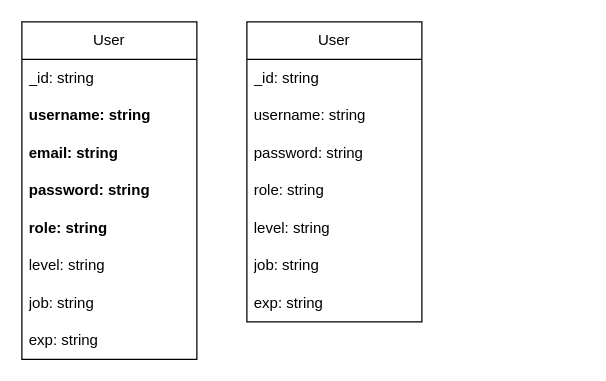
Before: page "erd" (3 of 6) of documents/diagram/diagram.drawio in thursdaycurry/nestjs-msa-eventEngine, a draw.io diagram. Source tidied: cells renumbered, new cells numbered last; positions are measured from the earlier drawing's top-left corner, leaving out a move shared by most shapes. Both pictures are drawn from the tidied source at 125%, with x=0, y=0 at pixel (21, 21).
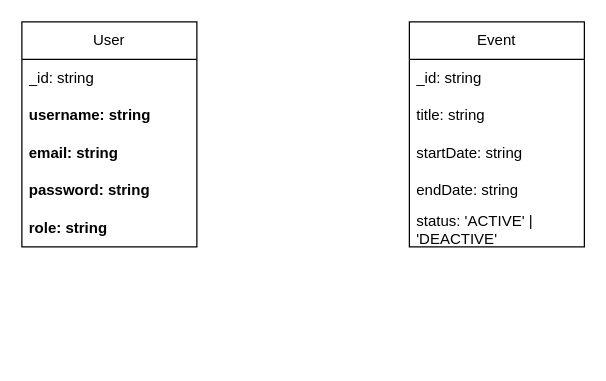
The same diagram, later.

Diff of the diagram source:
```diff
@@
 <mxGraphModel>
   <root>
     <mxCell id="0" />
     <mxCell id="1" parent="0" />
     <mxCell id="2" value="User" style="swimlane;fontStyle=0;horizontal=1;startSize=30;whiteSpace=wrap;html=1;" parent="1" vertex="1">
-      <mxGeometry width="140" height="270" as="geometry" />
+      <mxGeometry width="140" height="180" as="geometry" />
     </mxCell>
     <mxCell id="3" value="_id: string" style="text;strokeColor=none;fillColor=none;align=left;verticalAlign=middle;spacingLeft=4;spacingRight=4;overflow=hidden;whiteSpace=wrap;html=1;" parent="2" vertex="1">
       <mxGeometry y="30" width="140" height="30" as="geometry" />
     </mxCell>
     <mxCell id="4" value="username: string" style="text;strokeColor=none;fillColor=none;align=left;verticalAlign=middle;spacingLeft=4;spacingRight=4;overflow=hidden;whiteSpace=wrap;html=1;fontStyle=1;" parent="2" vertex="1">
       <mxGeometry y="60" width="140" height="30" as="geometry" />
     </mxCell>
     <mxCell id="5" value="email: string" style="text;strokeColor=none;fillColor=none;align=left;verticalAlign=middle;spacingLeft=4;spacingRight=4;overflow=hidden;whiteSpace=wrap;html=1;fontStyle=1;" parent="2" vertex="1">
       <mxGeometry y="90" width="140" height="30" as="geometry" />
     </mxCell>
     <mxCell id="6" value="password: string" style="text;strokeColor=none;fillColor=none;align=left;verticalAlign=middle;spacingLeft=4;spacingRight=4;overflow=hidden;whiteSpace=wrap;html=1;fontStyle=1;" parent="2" vertex="1">
       <mxGeometry y="120" width="140" height="30" as="geometry" />
     </mxCell>
     <mxCell id="7" value="role: string" style="text;strokeColor=none;fillColor=none;align=left;verticalAlign=middle;spacingLeft=4;spacingRight=4;overflow=hidden;whiteSpace=wrap;html=1;fontStyle=1;" parent="2" vertex="1">
       <mxGeometry y="150" width="140" height="30" as="geometry" />
     </mxCell>
-    <mxCell id="8" value="level: string" style="text;strokeColor=none;fillColor=none;align=left;verticalAlign=middle;spacingLeft=4;spacingRight=4;overflow=hidden;whiteSpace=wrap;html=1;" parent="2" vertex="1">
-      <mxGeometry y="180" width="140" height="30" as="geometry" />
-    </mxCell>
-    <mxCell id="9" value="job: string" style="text;strokeColor=none;fillColor=none;align=left;verticalAlign=middle;spacingLeft=4;spacingRight=4;overflow=hidden;whiteSpace=wrap;html=1;" parent="2" vertex="1">
-      <mxGeometry y="210" width="140" height="30" as="geometry" />
-    </mxCell>
-    <mxCell id="10" value="exp: string" style="text;strokeColor=none;fillColor=none;align=left;verticalAlign=middle;spacingLeft=4;spacingRight=4;overflow=hidden;whiteSpace=wrap;html=1;" parent="2" vertex="1">
-      <mxGeometry y="240" width="140" height="30" as="geometry" />
-    </mxCell>
-    <mxCell id="11" value="User" style="swimlane;fontStyle=0;horizontal=1;startSize=30;whiteSpace=wrap;html=1;" parent="1" vertex="1">
-      <mxGeometry x="180" width="140" height="240" as="geometry" />
+    <mxCell id="11" value="Event" style="swimlane;fontStyle=0;horizontal=1;startSize=30;whiteSpace=wrap;html=1;" parent="1" vertex="1">
+      <mxGeometry x="310" width="140" height="180" as="geometry" />
     </mxCell>
     <mxCell id="12" value="_id: string" style="text;strokeColor=none;fillColor=none;align=left;verticalAlign=middle;spacingLeft=4;spacingRight=4;overflow=hidden;whiteSpace=wrap;html=1;" parent="11" vertex="1">
       <mxGeometry y="30" width="140" height="30" as="geometry" />
     </mxCell>
-    <mxCell id="13" value="username: string" style="text;strokeColor=none;fillColor=none;align=left;verticalAlign=middle;spacingLeft=4;spacingRight=4;overflow=hidden;whiteSpace=wrap;html=1;" parent="11" vertex="1">
+    <mxCell id="13" value="title: string" style="text;strokeColor=none;fillColor=none;align=left;verticalAlign=middle;spacingLeft=4;spacingRight=4;overflow=hidden;whiteSpace=wrap;html=1;" parent="11" vertex="1">
       <mxGeometry y="60" width="140" height="30" as="geometry" />
     </mxCell>
-    <mxCell id="14" value="password: string" style="text;strokeColor=none;fillColor=none;align=left;verticalAlign=middle;spacingLeft=4;spacingRight=4;overflow=hidden;whiteSpace=wrap;html=1;" parent="11" vertex="1">
+    <mxCell id="14" value="startDate: string" style="text;strokeColor=none;fillColor=none;align=left;verticalAlign=middle;spacingLeft=4;spacingRight=4;overflow=hidden;whiteSpace=wrap;html=1;" parent="11" vertex="1">
       <mxGeometry y="90" width="140" height="30" as="geometry" />
     </mxCell>
-    <mxCell id="15" value="role: string" style="text;strokeColor=none;fillColor=none;align=left;verticalAlign=middle;spacingLeft=4;spacingRight=4;overflow=hidden;whiteSpace=wrap;html=1;" parent="11" vertex="1">
-      <mxGeometry y="120" width="140" height="30" as="geometry" />
-    </mxCell>
-    <mxCell id="16" value="level: string" style="text;strokeColor=none;fillColor=none;align=left;verticalAlign=middle;spacingLeft=4;spacingRight=4;overflow=hidden;whiteSpace=wrap;html=1;" parent="11" vertex="1">
-      <mxGeometry y="150" width="140" height="30" as="geometry" />
-    </mxCell>
-    <mxCell id="17" value="job: string" style="text;strokeColor=none;fillColor=none;align=left;verticalAlign=middle;spacingLeft=4;spacingRight=4;overflow=hidden;whiteSpace=wrap;html=1;" parent="11" vertex="1">
-      <mxGeometry y="180" width="140" height="30" as="geometry" />
-    </mxCell>
-    <mxCell id="18" value="exp: string" style="text;strokeColor=none;fillColor=none;align=left;verticalAlign=middle;spacingLeft=4;spacingRight=4;overflow=hidden;whiteSpace=wrap;html=1;" parent="11" vertex="1">
-      <mxGeometry y="210" width="140" height="30" as="geometry" />
+    <mxCell id="18" value="endDate: string" style="text;strokeColor=none;fillColor=none;align=left;verticalAlign=middle;spacingLeft=4;spacingRight=4;overflow=hidden;whiteSpace=wrap;html=1;" parent="11" vertex="1">
+      <mxGeometry y="120" width="140" height="30" as="geometry" />
     </mxCell>
+    <mxCell id="19" value="status: 'ACTIVE' | 'DEACTIVE'" style="text;strokeColor=none;fillColor=none;align=left;verticalAlign=middle;spacingLeft=4;spacingRight=4;overflow=hidden;whiteSpace=wrap;html=1;" parent="11" vertex="1">
+      <mxGeometry y="150" width="140" height="30" as="geometry" />
+    </mxCell>
   </root>
 </mxGraphModel>
```
